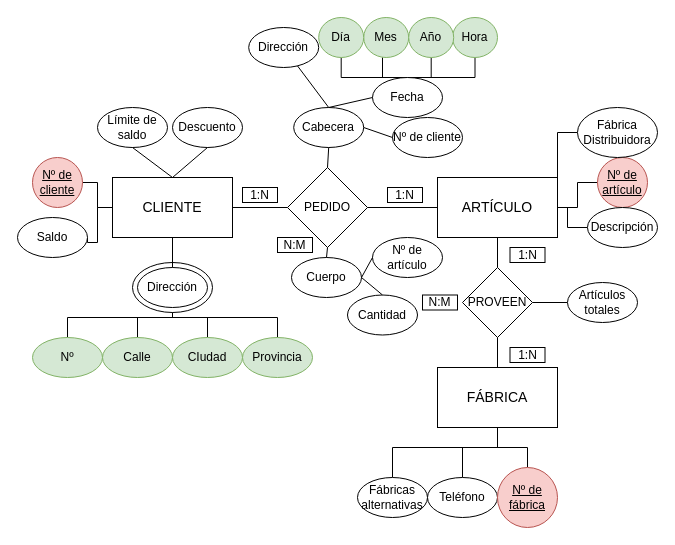
The draw.io diagram Unidad-2/Tareas/Tarea 3/images/Tarea 3.drawio in IsaiasTolP/Base-Datos, before the edit. Source tidied: cells renumbered, new cells numbered last; positions are measured from the earlier drawing's top-left corner, leaving out a move shared by most shapes. Both pictures are drawn from the tidied source at 100%, with x=0, y=0 at pixel (17, 17).
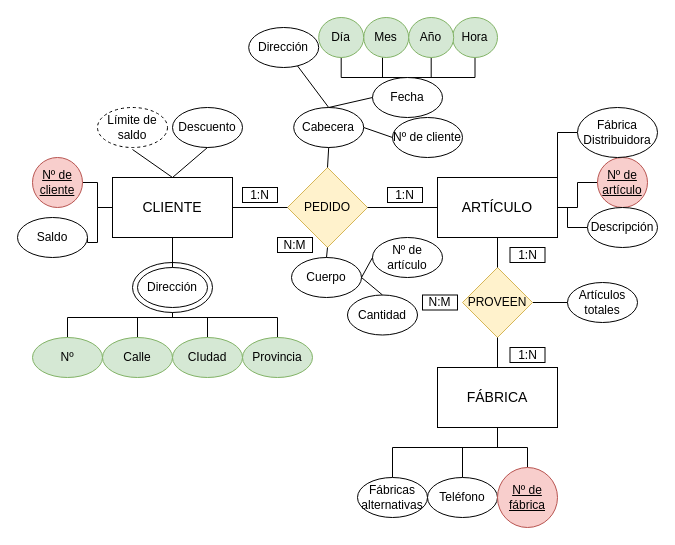
The same page after the edit.

Commit message:
Actualizar Tarea 3-Terminada.drawio

The edit, as a diff of the source:
```diff
@@
-    <mxCell id="8" value="Límite de saldo" style="ellipse;whiteSpace=wrap;html=1;" parent="1" vertex="1">
+    <mxCell id="8" value="Límite de saldo" style="ellipse;whiteSpace=wrap;html=1;strokeColor=default;dashed=1;strokeWidth=1;perimeterSpacing=2;" parent="1" vertex="1">
       <mxGeometry x="80" y="90" width="70" height="40" as="geometry" />
     </mxCell>
@@
-    <mxCell id="24" value="PEDIDO" style="rhombus;whiteSpace=wrap;html=1;" parent="1" vertex="1">
+    <mxCell id="24" value="PEDIDO" style="rhombus;whiteSpace=wrap;html=1;fillColor=#fff2cc;strokeColor=#d6b656;" parent="1" vertex="1">
       <mxGeometry x="270" y="150" width="80" height="80" as="geometry" />
     </mxCell>
-    <mxCell id="25" value="PROVEEN" style="rhombus;whiteSpace=wrap;html=1;" parent="1" vertex="1">
+    <mxCell id="25" value="PROVEEN" style="rhombus;whiteSpace=wrap;html=1;fillColor=#fff2cc;strokeColor=#d6b656;" parent="1" vertex="1">
       <mxGeometry x="445" y="250" width="70" height="70" as="geometry" />
     </mxCell>
```
